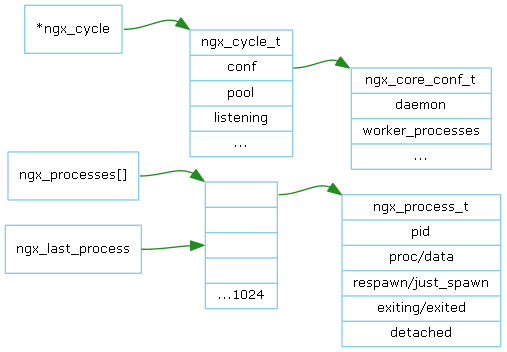
lingjf/nginx_analyse keeps this Graphviz diagram as doc/Graph/process_model/data_structure.png. Above is the earlier version. Its source is kept beside it as doc/Graph/process_model/data_structure.gv.
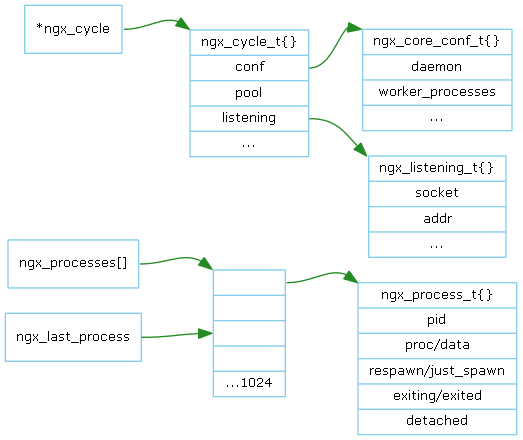
Later version of the same file.

Change to the diagram source:
```diff
@@ -6,16 +6,18 @@
    ngx_processes [label="ngx_processes[]"];
    ngx_last_process [label="ngx_last_process"];
    ngx_processes_array [label="<1>|<2>|<3>||...1024"];
-   ngx_process_t [label="ngx_process_t|<pid>pid|<proc>proc/data|respawn/just_spawn|exiting/exited|detached"];
+   ngx_process_t [label="ngx_process_t\{\}|<pid>pid|<proc>proc/data|respawn/just_spawn|exiting/exited|detached"];
 
    ngx_processes:e -> ngx_processes_array:nw;
    ngx_last_process:e -> ngx_processes_array:3;
    ngx_processes_array:1 -> ngx_process_t:nw;
 
    ngx_cycle [label="*ngx_cycle"];
-   ngx_cycle_t [label="ngx_cycle_t|<conf>conf|pool|listening|..."];
-   ngx_core_conf_t [label="ngx_core_conf_t|<daemon>daemon|<worker_processes>worker_processes|..."];
+   ngx_cycle_t [label="ngx_cycle_t\{\}|<conf>conf|pool|<listening>listening|..."];
+   ngx_core_conf_t [label="ngx_core_conf_t\{\}|<daemon>daemon|<worker_processes>worker_processes|..."];
+   ngx_listening_t [label="ngx_listening_t\{\}|socket|addr|..."];
 
    ngx_cycle:e->ngx_cycle_t:nw;
    ngx_cycle_t:conf -> ngx_core_conf_t:nw;
+   ngx_cycle_t:listening -> ngx_listening_t:nw;
 }
```
